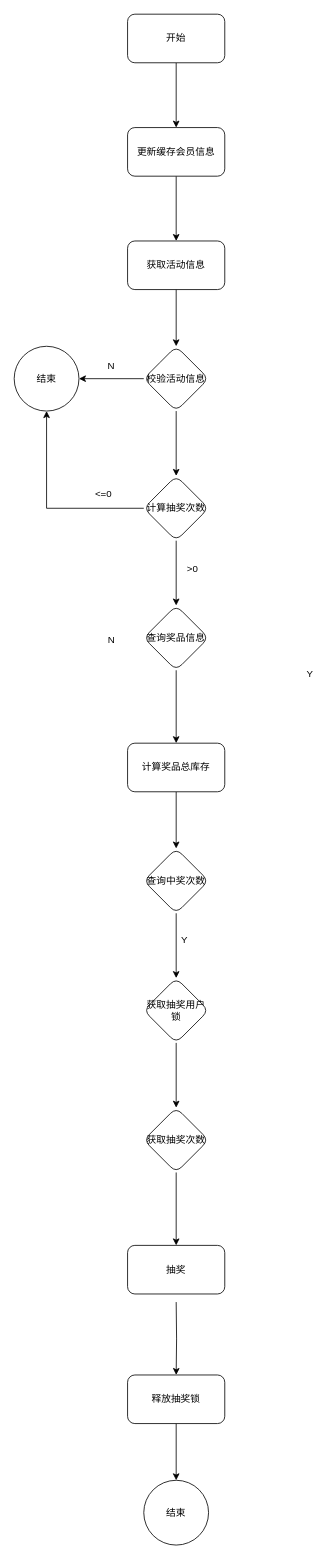
Above: page "第 3 页" (3 of 8) of Untitled Diagram.drawio in VilaNan/tsxxx.github.io (draw.io), before the change. Source tidied: cells renumbered, new cells numbered last; positions are measured from the earlier drawing's top-left corner, leaving out a move shared by most shapes. Both pictures are drawn from the tidied source at 81%, with x=0, y=0 at pixel (14, 14).
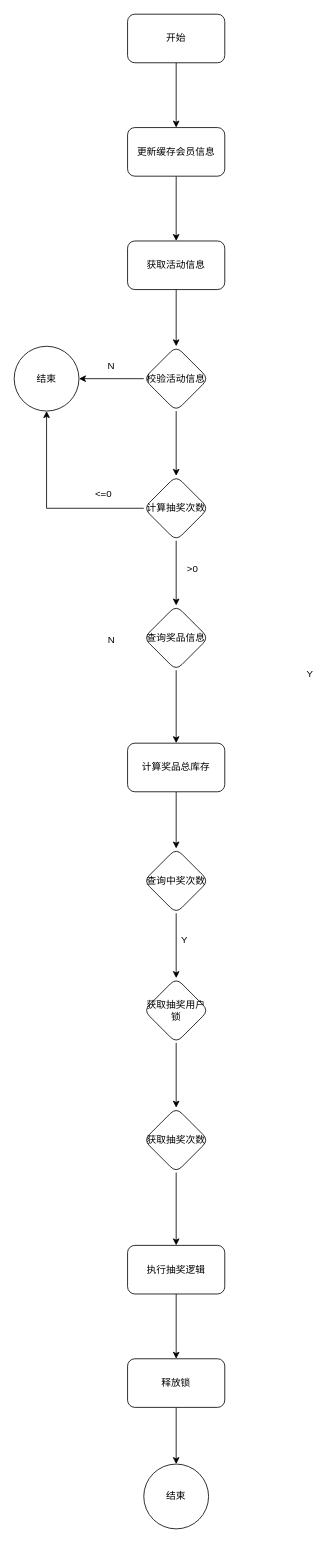
The same diagram, later.

Unchanged cells that the change refers to:
```xml
<mxCell id="30" value="获取抽奖次数" style="rhombus;whiteSpace=wrap;html=1;rounded=1;" parent="1" vertex="1">
  <mxGeometry x="160" y="1350" width="80" height="80" as="geometry" />
</mxCell>
```

The edit, as a diff of the source:
```diff
@@
-    <mxCell id="29" style="edgeStyle=orthogonalEdgeStyle;rounded=0;jettySize=auto;html=1;" parent="1" edge="1" source="30" target="35">
-      <mxGeometry relative="1" as="geometry" />
-    </mxCell>
+    <mxCell id="36" style="edgeStyle=orthogonalEdgeStyle;rounded=0;jettySize=auto;html=1;" parent="1" edge="1" source="30" target="38">
+      <mxGeometry relative="1" as="geometry" />
+    </mxCell>
@@
-    <mxCell id="31" style="edgeStyle=orthogonalEdgeStyle;rounded=0;jettySize=auto;html=1;" parent="1" edge="1" target="33">
-      <mxGeometry relative="1" as="geometry">
-        <mxPoint x="200" y="1590" as="sourcePoint" />
-      </mxGeometry>
-    </mxCell>
-    <mxCell id="32" style="edgeStyle=orthogonalEdgeStyle;rounded=0;jettySize=auto;html=1;" parent="1" edge="1" source="33" target="34">
-      <mxGeometry relative="1" as="geometry" />
-    </mxCell>
-    <mxCell id="33" value="释放抽奖锁" style="whiteSpace=wrap;html=1;rounded=1;" parent="1" vertex="1">
-      <mxGeometry x="140" y="1680" width="120" height="60" as="geometry" />
-    </mxCell>
+    <mxCell id="37" style="edgeStyle=orthogonalEdgeStyle;rounded=0;jettySize=auto;html=1;" parent="1" edge="1" source="38" target="40">
+      <mxGeometry relative="1" as="geometry" />
+    </mxCell>
+    <mxCell id="38" value="执行抽奖逻辑" style="whiteSpace=wrap;html=1;rounded=1;" parent="1" vertex="1">
+      <mxGeometry x="140" y="1520" width="120" height="60" as="geometry" />
+    </mxCell>
+    <mxCell id="39" style="edgeStyle=orthogonalEdgeStyle;rounded=0;jettySize=auto;html=1;" parent="1" edge="1" source="40" target="34">
+      <mxGeometry relative="1" as="geometry" />
+    </mxCell>
+    <mxCell id="40" value="释放锁" style="whiteSpace=wrap;html=1;rounded=1;" parent="1" vertex="1">
+      <mxGeometry x="140" y="1660" width="120" height="60" as="geometry" />
+    </mxCell>
     <mxCell id="34" value="结束" style="ellipse;whiteSpace=wrap;html=1;rounded=1;" parent="1" vertex="1">
-      <mxGeometry x="160" y="1810" width="80" height="80" as="geometry" />
+      <mxGeometry x="160" y="1790" width="80" height="80" as="geometry" />
     </mxCell>
-    <mxCell id="35" value="抽奖" style="whiteSpace=wrap;html=1;rounded=1;" parent="1" vertex="1">
-      <mxGeometry x="140" y="1520" width="120" height="60" as="geometry" />
-    </mxCell>
```
